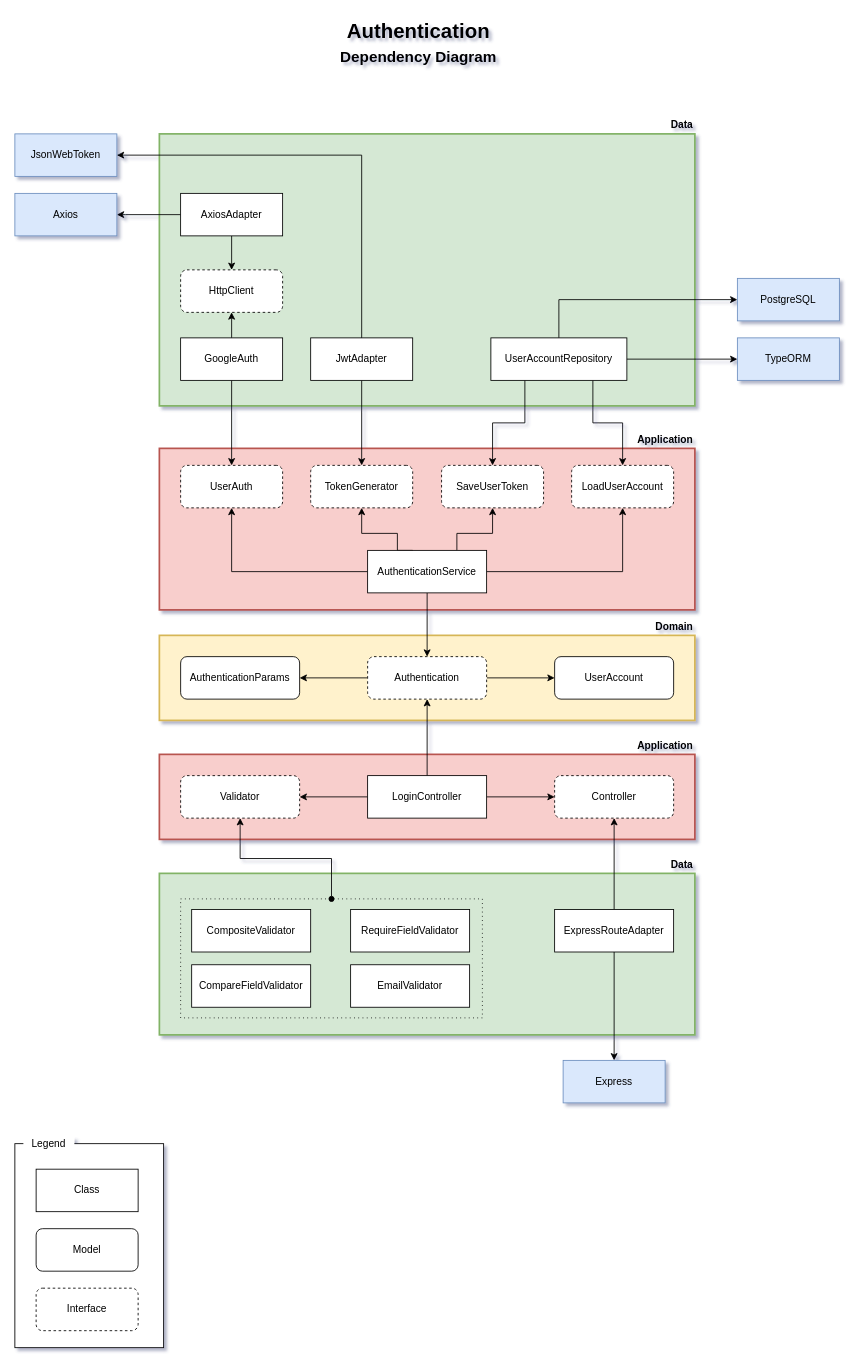
Before: page "authentication-clean" (1 of 2) of elections/docs/authentication/authentication.drawio in uespi-phb/tec2-20242, a draw.io diagram. Source tidied: cells renumbered, new cells numbered last; positions are measured from the earlier drawing's top-left corner, leaving out a move shared by most shapes. Both pictures are drawn from the tidied source at 85%, with x=0, y=0 at pixel (14, 14).
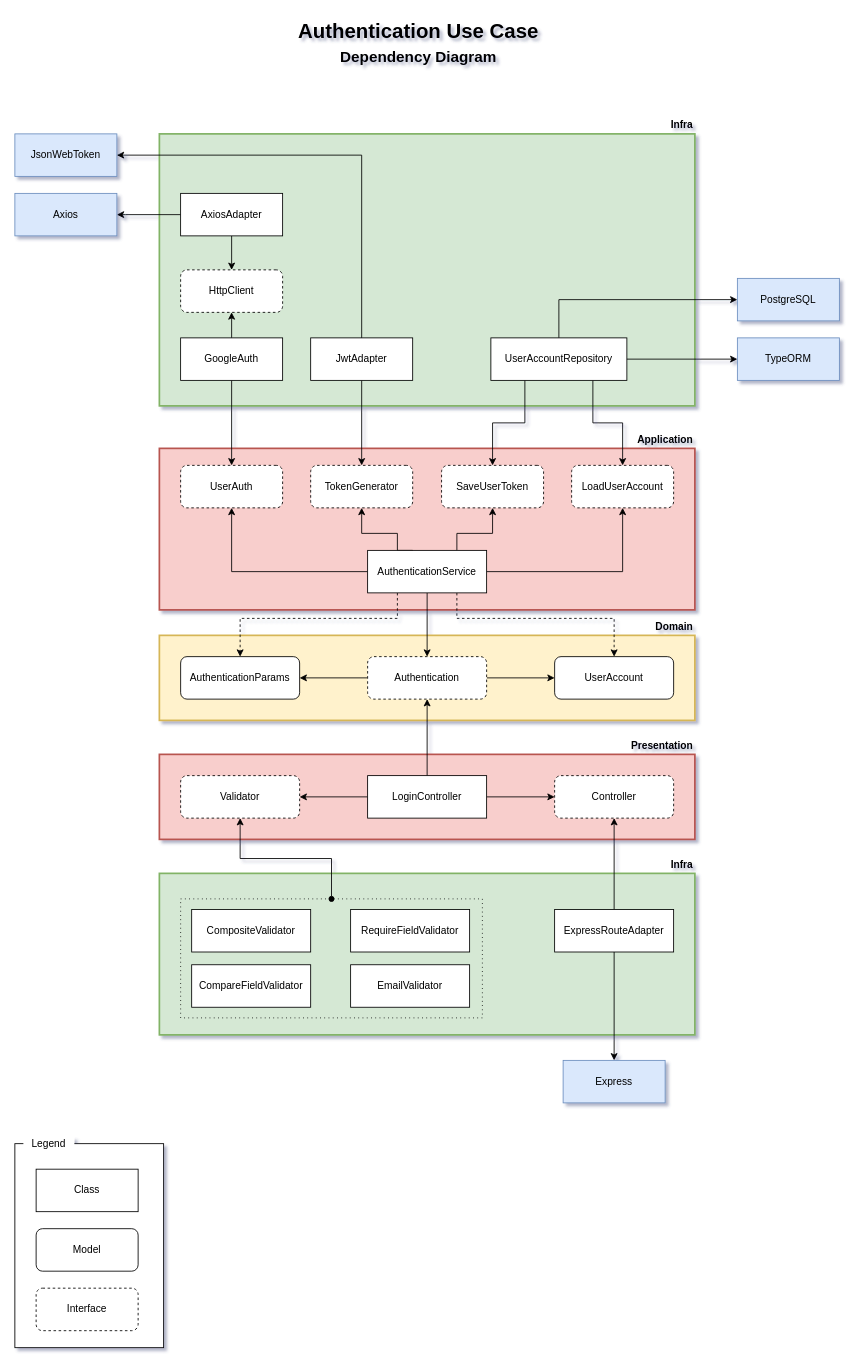
After the change.

The change refers to these unchanged cells:
```xml
<mxCell id="9" value="UserAccount" style="rounded=1;whiteSpace=wrap;html=1;glass=0;shadow=0;" parent="1" vertex="1">
  <mxGeometry x="635" y="755" width="140" height="50" as="geometry" />
</mxCell>
<mxCell id="10" value="AuthenticationParams" style="rounded=1;whiteSpace=wrap;html=1;glass=0;shadow=0;" parent="1" vertex="1">
  <mxGeometry x="195" y="755" width="140" height="50" as="geometry" />
</mxCell>
<mxCell id="24" value="AuthenticationService" style="rounded=0;whiteSpace=wrap;html=1;glass=0;shadow=0;points=[[0,0,0,0,0],[0,0.25,0,0,0],[0,0.5,0,0,0],[0,0.75,0,0,0],[0,1,0,0,0],[0.13,0,0,0,0],[0.25,0,0,0,0],[0.25,1,0,0,0],[0.38,0,0,0,0],[0.5,0,0,0,0],[0.5,1,0,0,0],[0.62,0,0,0,0],[0.75,0,0,0,0],[0.75,1,0,0,0],[0.88,0,0,0,0],[1,0,0,0,0],[1,0.25,0,0,0],[1,0.5,0,0,0],[1,0.75,0,0,0],[1,1,0,0,0]];" parent="1" vertex="1">
  <mxGeometry x="415" y="630" width="140" height="50" as="geometry" />
</mxCell>
```

Change to the diagram source:
```diff
@@
-    <mxCell id="12" value="Application" style="text;html=1;strokeColor=none;fillColor=none;align=right;verticalAlign=middle;whiteSpace=wrap;rounded=0;fontSize=12;fontStyle=1;" parent="1" vertex="1">
+    <mxCell id="12" value="Presentation" style="text;html=1;strokeColor=none;fillColor=none;align=right;verticalAlign=middle;whiteSpace=wrap;rounded=0;fontSize=12;fontStyle=1;" parent="1" vertex="1">
       <mxGeometry x="640" y="850" width="160" height="20" as="geometry" />
     </mxCell>
@@
+    <mxCell id="70" style="edgeStyle=orthogonalEdgeStyle;rounded=0;jettySize=auto;html=1;exitX=0.75;exitY=1;exitDx=0;exitDy=0;exitPerimeter=0;dashed=1;" parent="1" edge="1" source="24" target="9">
+      <mxGeometry relative="1" as="geometry">
+        <Array as="points">
+          <mxPoint x="520" y="710" />
+          <mxPoint x="705" y="710" />
+        </Array>
+      </mxGeometry>
+    </mxCell>
+    <mxCell id="71" style="edgeStyle=orthogonalEdgeStyle;rounded=0;jettySize=auto;html=1;exitX=0.25;exitY=1;exitDx=0;exitDy=0;exitPerimeter=0;dashed=1;" parent="1" edge="1" source="24" target="10">
+      <mxGeometry relative="1" as="geometry">
+        <Array as="points">
+          <mxPoint x="450" y="710" />
+          <mxPoint x="265" y="710" />
+        </Array>
+      </mxGeometry>
+    </mxCell>
@@
-    <mxCell id="46" value="Authentication" style="text;html=1;strokeColor=none;fillColor=none;align=center;verticalAlign=middle;whiteSpace=wrap;rounded=0;fontSize=24;fontStyle=1;" parent="1" vertex="1">
+    <mxCell id="46" value="Authentication Use Case" style="text;html=1;strokeColor=none;fillColor=none;align=center;verticalAlign=middle;whiteSpace=wrap;rounded=0;fontSize=24;fontStyle=1;" parent="1" vertex="1">
       <mxGeometry x="250" width="450" height="40" as="geometry" />
     </mxCell>
@@
-    <mxCell id="52" value="Data" style="text;html=1;strokeColor=none;fillColor=none;align=right;verticalAlign=middle;whiteSpace=wrap;rounded=0;fontSize=12;fontStyle=1;" parent="1" vertex="1">
+    <mxCell id="52" value="Infra" style="text;html=1;strokeColor=none;fillColor=none;align=right;verticalAlign=middle;whiteSpace=wrap;rounded=0;fontSize=12;fontStyle=1;" parent="1" vertex="1">
       <mxGeometry x="680" y="120" width="120" height="20" as="geometry" />
     </mxCell>
@@
-    <mxCell id="58" value="Data" style="text;html=1;strokeColor=none;fillColor=none;align=right;verticalAlign=middle;whiteSpace=wrap;rounded=0;fontSize=12;fontStyle=1;" parent="1" vertex="1">
+    <mxCell id="58" value="Infra" style="text;html=1;strokeColor=none;fillColor=none;align=right;verticalAlign=middle;whiteSpace=wrap;rounded=0;fontSize=12;fontStyle=1;" parent="1" vertex="1">
       <mxGeometry x="740" y="990" width="60" height="20" as="geometry" />
     </mxCell>
```
